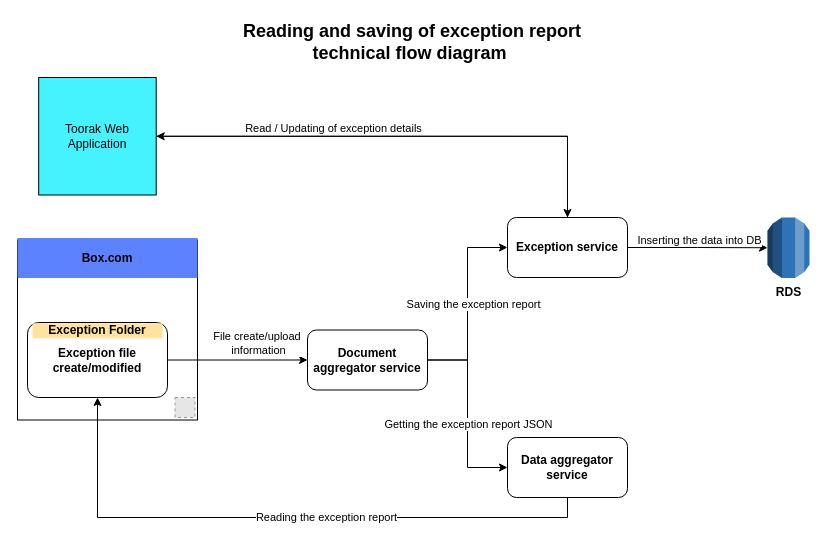
Above: Untitled Diagram.drawio in MohammedFazuluddin/test (draw.io), before the change. Source tidied: cells renumbered, new cells numbered last; positions are measured from the earlier drawing's top-left corner, leaving out a move shared by most shapes. Both pictures are drawn from the tidied source at 100%, with x=0, y=0 at pixel (17, 17). Pictures stored in the file or linked from it are replaced by grey dashed boxes.
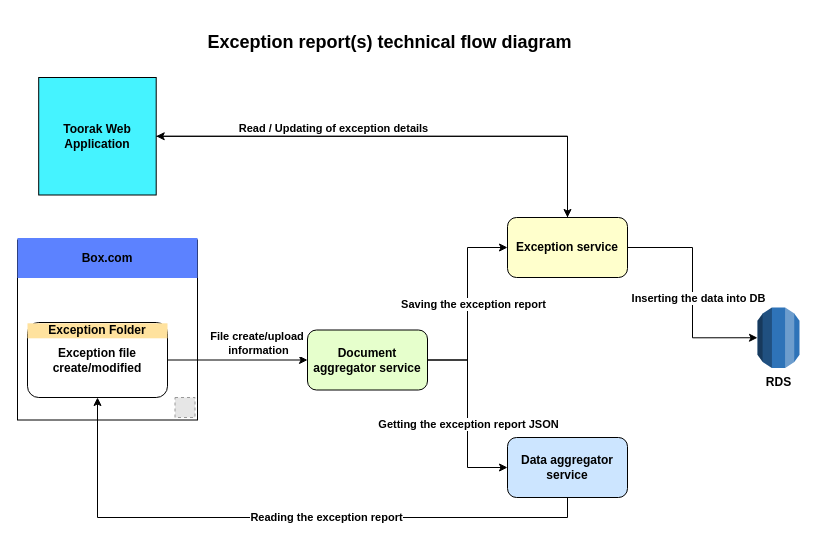
Above is the later version.

Commit message:
Exception flow diagram.drawio

The change refers to these unchanged cells:
```xml
<mxCell id="4" style="edgeStyle=orthogonalEdgeStyle;rounded=0;jettySize=auto;html=1;entryX=0;entryY=0.5;entryDx=0;entryDy=0;" parent="1" edge="1" source="8" target="12">
  <mxGeometry relative="1" as="geometry" />
</mxCell>
<mxCell id="6" style="edgeStyle=orthogonalEdgeStyle;rounded=0;jettySize=auto;html=1;entryX=0;entryY=0.5;entryDx=0;entryDy=0;" parent="1" edge="1" source="8" target="15">
  <mxGeometry relative="1" as="geometry" />
</mxCell>
<mxCell id="9" style="edgeStyle=orthogonalEdgeStyle;rounded=0;jettySize=auto;html=1;entryX=0;entryY=0.5;entryDx=0;entryDy=0;entryPerimeter=0;" parent="1" edge="1" source="12" target="16">
  <mxGeometry relative="1" as="geometry" />
</mxCell>
<mxCell id="13" style="edgeStyle=orthogonalEdgeStyle;rounded=0;jettySize=auto;html=1;entryX=0.5;entryY=1;entryDx=0;entryDy=0;exitX=0.5;exitY=1;exitDx=0;exitDy=0;" parent="1" edge="1" source="15" target="3">
  <mxGeometry relative="1" as="geometry">
    <Array as="points">
      <mxPoint x="550" y="500" />
      <mxPoint x="80" y="500" />
    </Array>
  </mxGeometry>
</mxCell>
<mxCell id="20" style="endArrow=classic;html=1;exitX=1;exitY=0.5;exitDx=0;exitDy=0;entryX=0;entryY=0.5;entryDx=0;entryDy=0;" parent="1" edge="1" source="3" target="8">
  <mxGeometry relative="1" as="geometry" />
</mxCell>
<mxCell id="23" style="edgeStyle=orthogonalEdgeStyle;rounded=0;jettySize=auto;html=1;entryX=0.5;entryY=0;entryDx=0;entryDy=0;" parent="1" edge="1" source="25" target="12">
  <mxGeometry relative="1" as="geometry" />
</mxCell>
```

Diff of the diagram source:
```diff
@@
-    <mxCell id="5" value="Saving the exception report" style="edgeLabel;html=1;align=center;verticalAlign=middle;" parent="4" vertex="1">
+    <mxCell id="5" value="Saving the exception report" style="edgeLabel;html=1;align=center;verticalAlign=middle;fontStyle=1;" parent="4" vertex="1">
       <mxGeometry x="0.2" y="-1" relative="1" as="geometry">
         <mxPoint x="4" y="19.5" as="offset" />
       </mxGeometry>
     </mxCell>
@@
-    <mxCell id="7" value="Getting the exception report JSON" style="edgeLabel;html=1;align=center;verticalAlign=middle;" parent="6" vertex="1">
+    <mxCell id="7" value="Getting the exception report JSON" style="edgeLabel;html=1;align=center;verticalAlign=middle;fontStyle=1;" parent="6" vertex="1">
       <mxGeometry x="0.11" relative="1" as="geometry" />
     </mxCell>
-    <mxCell id="8" value="Document aggregator service" style="rounded=1;whiteSpace=wrap;html=1;fontStyle=1;" parent="1" vertex="1">
+    <mxCell id="8" value="Document aggregator service" style="rounded=1;whiteSpace=wrap;html=1;fontStyle=1;fillColor=#E6FFCC;" parent="1" vertex="1">
       <mxGeometry x="290" y="312.5" width="120" height="60" as="geometry" />
     </mxCell>
@@
-    <mxCell id="10" value="Inserting the data into DB" style="edgeLabel;html=1;align=center;verticalAlign=middle;" parent="9" vertex="1">
+    <mxCell id="10" value="Inserting the data into DB" style="edgeLabel;html=1;align=center;verticalAlign=middle;fontStyle=1;" parent="9" vertex="1">
       <mxGeometry x="-0.22" y="-1" relative="1" as="geometry">
-        <mxPoint x="16" y="-8.5" as="offset" />
+        <mxPoint x="6" y="29" as="offset" />
       </mxGeometry>
     </mxCell>
@@
-    <mxCell id="12" value="Exception service" style="rounded=1;whiteSpace=wrap;html=1;fontStyle=1;" parent="1" vertex="1">
+    <mxCell id="12" value="Exception service" style="rounded=1;whiteSpace=wrap;html=1;fontStyle=1;fillColor=#FFFFCC;" parent="1" vertex="1">
       <mxGeometry x="490" y="200" width="120" height="60" as="geometry" />
     </mxCell>
@@
-    <mxCell id="14" value="Reading the exception report" style="edgeLabel;html=1;align=center;verticalAlign=middle;" parent="13" vertex="1">
+    <mxCell id="14" value="Reading the exception report" style="edgeLabel;html=1;align=center;verticalAlign=middle;fontStyle=1;" parent="13" vertex="1">
       <mxGeometry x="-0.14" y="-1" relative="1" as="geometry" />
     </mxCell>
-    <mxCell id="15" value="Data aggregator service" style="rounded=1;whiteSpace=wrap;html=1;fontStyle=1;" parent="1" vertex="1">
+    <mxCell id="15" value="Data aggregator service" style="rounded=1;whiteSpace=wrap;html=1;fontStyle=1;fillColor=#CCE5FF;" parent="1" vertex="1">
       <mxGeometry x="490" y="420" width="120" height="60" as="geometry" />
     </mxCell>
     <mxCell id="16" value="RDS" style="outlineConnect=0;dashed=0;verticalLabelPosition=bottom;verticalAlign=top;align=center;html=1;shape=mxgraph.aws3.rds;fillColor=#2E73B8;gradientColor=none;fontStyle=1;" parent="1" vertex="1">
-      <mxGeometry x="750" y="200" width="42" height="60.5" as="geometry" />
+      <mxGeometry x="740" y="290" width="42" height="60.5" as="geometry" />
     </mxCell>
@@
     <mxCell id="18" value="Exception Folder" style="text;html=1;strokeColor=none;fillColor=#FFE29E;align=center;verticalAlign=middle;whiteSpace=wrap;rounded=0;fontStyle=1;" parent="1" vertex="1">
-      <mxGeometry x="15" y="305.8" width="130" height="15" as="geometry" />
+      <mxGeometry x="10" y="305.8" width="140" height="15" as="geometry" />
     </mxCell>
@@
-    <mxCell id="21" value="File create/upload&amp;nbsp;&lt;br&gt;information" style="edgeLabel;html=1;align=center;verticalAlign=middle;" parent="20" vertex="1">
+    <mxCell id="21" value="File create/upload&amp;nbsp;&lt;br&gt;information" style="edgeLabel;html=1;align=center;verticalAlign=middle;fontStyle=1;" parent="20" vertex="1">
       <mxGeometry x="-0.39" y="-1" relative="1" as="geometry">
         <mxPoint x="47" y="-17.7" as="offset" />
       </mxGeometry>
     </mxCell>
-    <mxCell id="22" value="&lt;font style=&quot;font-size: 18px&quot;&gt;Reading and saving of exception report technical flow diagram&amp;nbsp;&lt;/font&gt;" style="text;html=1;strokeColor=none;fillColor=none;align=center;verticalAlign=middle;whiteSpace=wrap;rounded=0;fontStyle=1;" parent="1" vertex="1">
-      <mxGeometry x="210" width="370" height="50" as="geometry" />
+    <mxCell id="22" value="&lt;font style=&quot;font-size: 18px&quot;&gt;Exception report(s) technical flow diagram&amp;nbsp;&lt;/font&gt;" style="text;html=1;strokeColor=none;fillColor=none;align=center;verticalAlign=middle;whiteSpace=wrap;rounded=0;fontStyle=1;" parent="1" vertex="1">
+      <mxGeometry x="170" width="410" height="50" as="geometry" />
     </mxCell>
@@
-    <mxCell id="24" value="Read / Updating of exception details" style="edgeLabel;html=1;align=center;verticalAlign=middle;" parent="23" vertex="1">
+    <mxCell id="24" value="Read / Updating of exception details" style="edgeLabel;html=1;align=center;verticalAlign=middle;fontStyle=1;" parent="23" vertex="1">
       <mxGeometry x="-0.34" y="-2" relative="1" as="geometry">
         <mxPoint x="13.5" y="-10.8" as="offset" />
       </mxGeometry>
     </mxCell>
-    <mxCell id="25" value="Toorak Web Application" style="whiteSpace=wrap;html=1;fillColor=#45F3FF;" parent="1" vertex="1">
+    <mxCell id="25" value="Toorak Web Application" style="whiteSpace=wrap;html=1;fillColor=#45F3FF;fontStyle=1;" parent="1" vertex="1">
       <mxGeometry x="21.2" y="60" width="117.5" height="117.5" as="geometry" />
     </mxCell>
```
